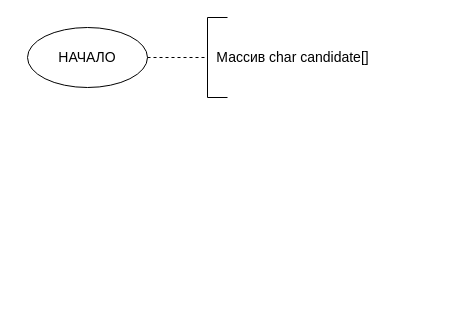
The draw.io diagram page "valid_aircrafttype" (3 of 9) of lr2.3/text/str_from_file.drawio in eldarbr/silver-funicular, before the edit. Source tidied: cells renumbered, new cells numbered last; positions are measured from the earlier drawing's top-left corner, leaving out a move shared by most shapes. Both pictures are drawn from the tidied source at 100%, with x=0, y=0 at pixel (27, 17).
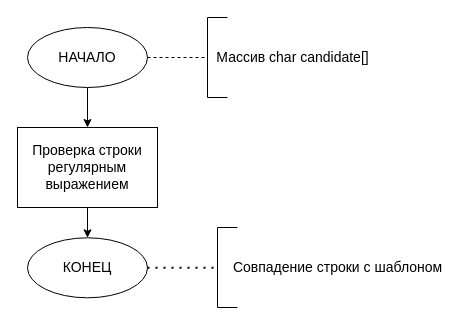
Above is the later version.

Unchanged cells that the change refers to:
```xml
<mxCell id="2" value="НАЧАЛО" style="ellipse;whiteSpace=wrap;html=1;fontSize=14;" parent="1" vertex="1">
  <mxGeometry y="10" width="120" height="60" as="geometry" />
</mxCell>
```

What changed in the source:
```diff
@@
+    <mxCell id="8" style="edgeStyle=orthogonalEdgeStyle;rounded=0;jettySize=auto;html=1;entryX=0.5;entryY=0;entryDx=0;entryDy=0;fontSize=14;" parent="1" edge="1" source="2" target="10">
+      <mxGeometry relative="1" as="geometry" />
+    </mxCell>
@@
+    <mxCell id="9" style="edgeStyle=orthogonalEdgeStyle;rounded=0;jettySize=auto;html=1;fontSize=14;" parent="1" edge="1" source="10" target="11">
+      <mxGeometry relative="1" as="geometry" />
+    </mxCell>
+    <mxCell id="10" value="Проверка строки регулярным выражением" style="rounded=0;whiteSpace=wrap;html=1;fontSize=14;" parent="1" vertex="1">
+      <mxGeometry x="-10" y="110" width="140" height="80" as="geometry" />
+    </mxCell>
+    <mxCell id="11" value="КОНЕЦ" style="ellipse;whiteSpace=wrap;html=1;fontSize=14;rounded=0;" parent="1" vertex="1">
+      <mxGeometry y="220.3" width="120" height="60" as="geometry" />
+    </mxCell>
+    <mxCell id="12" style="endArrow=none;html=1;rounded=0;fontSize=14;" parent="1" edge="1">
+      <mxGeometry relative="1" as="geometry">
+        <mxPoint x="190" y="290" as="sourcePoint" />
+        <mxPoint x="190" y="210" as="targetPoint" />
+      </mxGeometry>
+    </mxCell>
+    <mxCell id="13" style="endArrow=none;html=1;rounded=0;fontSize=14;" parent="1" edge="1">
+      <mxGeometry relative="1" as="geometry">
+        <mxPoint x="190" y="210" as="sourcePoint" />
+        <mxPoint x="210" y="210" as="targetPoint" />
+      </mxGeometry>
+    </mxCell>
+    <mxCell id="14" style="endArrow=none;html=1;rounded=0;fontSize=14;" parent="1" edge="1">
+      <mxGeometry relative="1" as="geometry">
+        <mxPoint x="190" y="290" as="sourcePoint" />
+        <mxPoint x="210" y="290" as="targetPoint" />
+      </mxGeometry>
+    </mxCell>
+    <mxCell id="15" value="Совпадение строки с шаблоном" style="text;html=1;align=center;verticalAlign=middle;strokeColor=none;fillColor=none;fontSize=14;" parent="1" vertex="1">
+      <mxGeometry x="200" y="240.3" width="220" height="20" as="geometry" />
+    </mxCell>
+    <mxCell id="16" style="endArrow=none;dashed=1;html=1;dashPattern=1 3;strokeWidth=2;rounded=0;fontSize=14;exitX=1;exitY=0.5;exitDx=0;exitDy=0;" parent="1" edge="1" source="11">
+      <mxGeometry relative="1" as="geometry">
+        <mxPoint x="190" y="250.3" as="targetPoint" />
+      </mxGeometry>
+    </mxCell>
```
